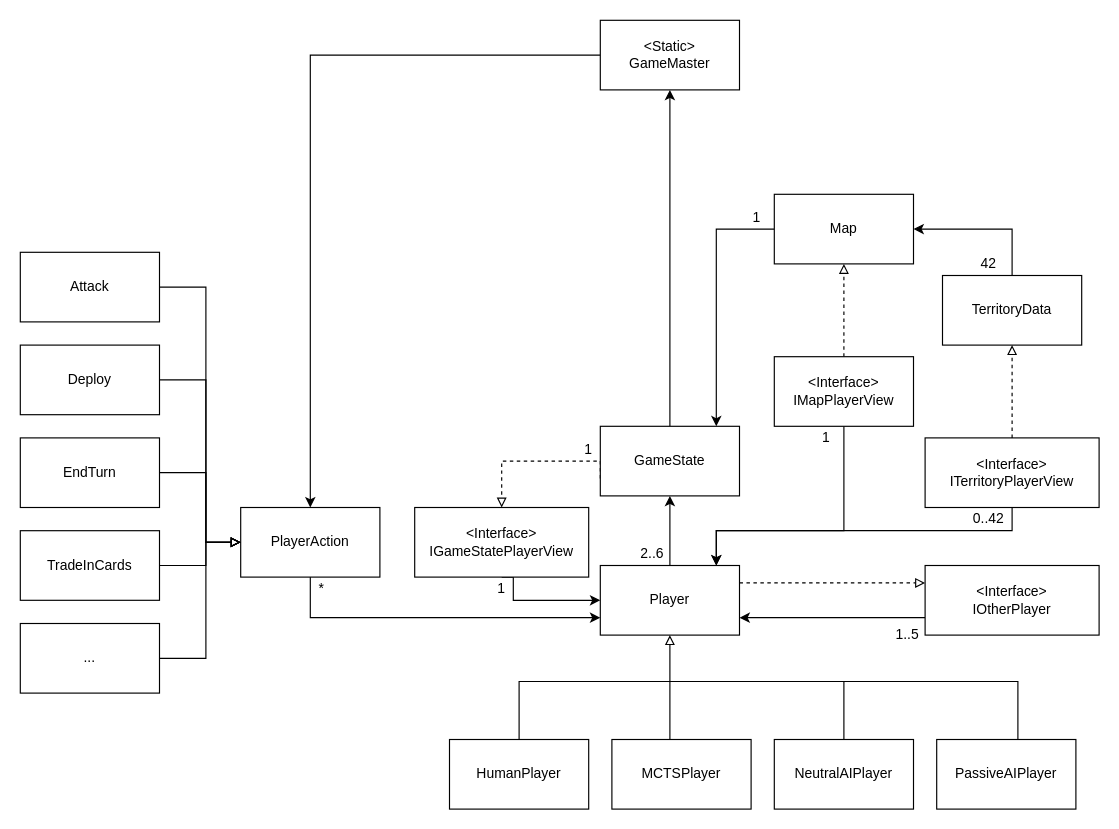
VincasTurskis2/Risk keeps this draw.io diagram as Dissertation/project_class_architecture_updated.drawio. Above is the earlier version. Source tidied: cells renumbered, new cells numbered last; positions are measured from the earlier drawing's top-left corner, leaving out a move shared by most shapes. Both pictures are drawn from the tidied source at 116%, with x=0, y=0 at pixel (20, 20).
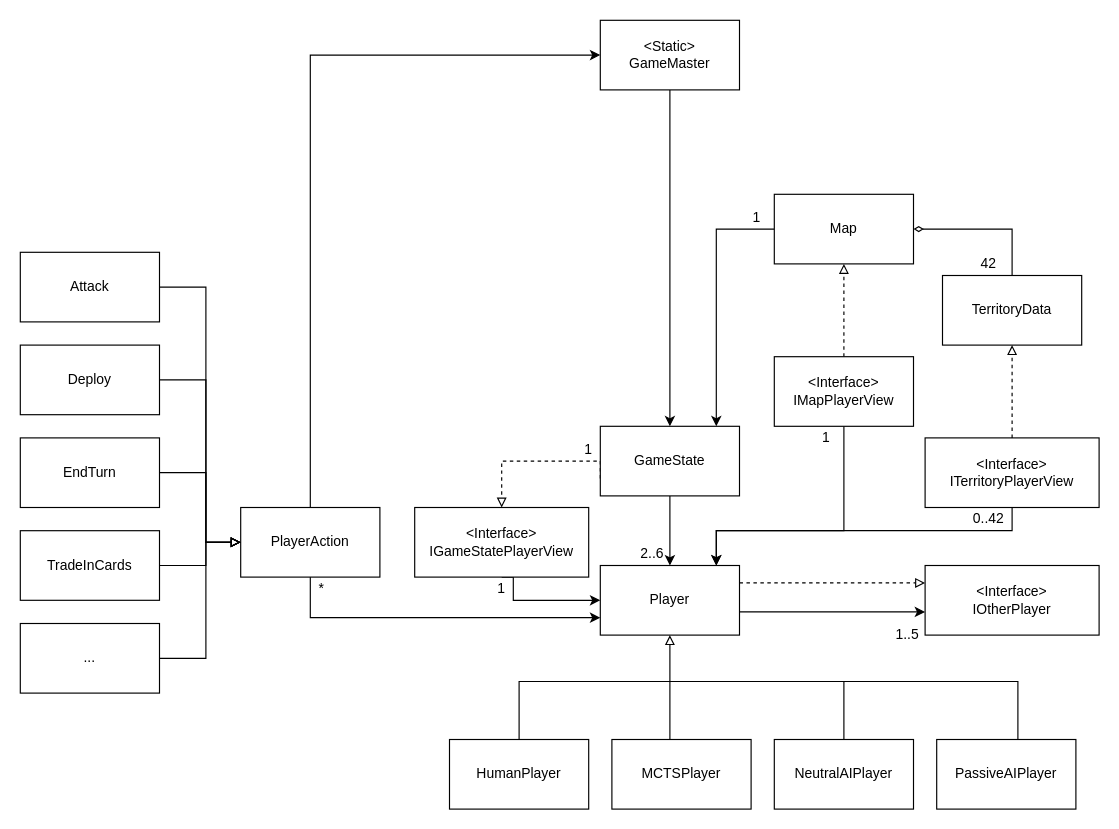
The same page after the edit.

The change refers to these unchanged cells:
```xml
<mxCell id="4" value="GameState" style="rounded=0;whiteSpace=wrap;html=1;" parent="1" vertex="1">
  <mxGeometry x="500" y="350" width="120" height="60" as="geometry" />
</mxCell>
<mxCell id="6" value="Player" style="rounded=0;whiteSpace=wrap;html=1;" parent="1" vertex="1">
  <mxGeometry x="500" y="470" width="120" height="60" as="geometry" />
</mxCell>
<mxCell id="19" value="&amp;lt;Interface&amp;gt;&lt;br&gt;IOtherPlayer" style="rounded=0;whiteSpace=wrap;html=1;" parent="1" vertex="1">
  <mxGeometry x="780" y="470" width="150" height="60" as="geometry" />
</mxCell>
<mxCell id="23" value="TerritoryData" style="rounded=0;whiteSpace=wrap;html=1;" parent="1" vertex="1">
  <mxGeometry x="795" y="220" width="120" height="60" as="geometry" />
</mxCell>
<mxCell id="30" value="&lt;div&gt;&lt;span style=&quot;background-color: initial;&quot;&gt;PlayerAction&lt;/span&gt;&lt;br&gt;&lt;/div&gt;" style="rounded=0;whiteSpace=wrap;html=1;" parent="1" vertex="1">
  <mxGeometry x="190" y="420" width="120" height="60" as="geometry" />
</mxCell>
<mxCell id="45" value="&lt;div&gt;&amp;lt;Static&amp;gt;&lt;/div&gt;GameMaster" style="rounded=0;whiteSpace=wrap;html=1;" parent="1" vertex="1">
  <mxGeometry x="500" width="120" height="60" as="geometry" />
</mxCell>
<mxCell id="47" value="Map" style="rounded=0;whiteSpace=wrap;html=1;" parent="1" vertex="1">
  <mxGeometry x="650" y="150" width="120" height="60" as="geometry" />
</mxCell>
```

Diff of the diagram source:
```diff
@@
-    <mxCell id="3" style="edgeStyle=orthogonalEdgeStyle;rounded=0;jettySize=auto;html=1;entryX=0.5;entryY=1;entryDx=0;entryDy=0;" parent="1" edge="1" source="4" target="45">
+    <mxCell id="3" style="edgeStyle=orthogonalEdgeStyle;rounded=0;jettySize=auto;html=1;" parent="1" edge="1" source="45" target="4">
       <mxGeometry relative="1" as="geometry" />
     </mxCell>
@@
-    <mxCell id="5" style="edgeStyle=orthogonalEdgeStyle;rounded=0;jettySize=auto;html=1;entryX=0.5;entryY=1;entryDx=0;entryDy=0;endArrow=classic;endFill=1;" parent="1" edge="1" source="6" target="4">
+    <mxCell id="5" style="edgeStyle=orthogonalEdgeStyle;rounded=0;jettySize=auto;html=1;endArrow=classic;endFill=1;" parent="1" edge="1" source="4" target="6">
       <mxGeometry relative="1" as="geometry" />
     </mxCell>
@@
-    <mxCell id="18" style="edgeStyle=orthogonalEdgeStyle;rounded=0;jettySize=auto;html=1;entryX=1;entryY=0.75;entryDx=0;entryDy=0;" parent="1" edge="1" source="19" target="6">
+    <mxCell id="18" style="edgeStyle=orthogonalEdgeStyle;rounded=0;jettySize=auto;html=1;" parent="1" edge="1" source="6" target="19">
       <mxGeometry relative="1" as="geometry">
         <Array as="points">
-          <mxPoint x="680" y="515" />
-          <mxPoint x="680" y="515" />
+          <mxPoint x="700" y="510" />
+          <mxPoint x="700" y="510" />
         </Array>
       </mxGeometry>
     </mxCell>
@@
-    <mxCell id="22" style="edgeStyle=orthogonalEdgeStyle;rounded=0;jettySize=auto;html=1;" parent="1" edge="1" source="23" target="47">
+    <mxCell id="22" style="edgeStyle=orthogonalEdgeStyle;rounded=0;jettySize=auto;html=1;endArrow=diamondThin;endFill=0;" parent="1" edge="1" source="23" target="47">
       <mxGeometry relative="1" as="geometry">
         <Array as="points">
           <mxPoint x="855" y="180" />
         </Array>
       </mxGeometry>
     </mxCell>
@@
-    <mxCell id="44" style="edgeStyle=orthogonalEdgeStyle;rounded=0;jettySize=auto;html=1;" parent="1" edge="1" source="45" target="30">
-      <mxGeometry relative="1" as="geometry" />
+    <mxCell id="44" style="edgeStyle=orthogonalEdgeStyle;rounded=0;jettySize=auto;html=1;" parent="1" edge="1" source="30" target="45">
+      <mxGeometry relative="1" as="geometry">
+        <Array as="points">
+          <mxPoint x="250" y="30" />
+        </Array>
+      </mxGeometry>
     </mxCell>
```
